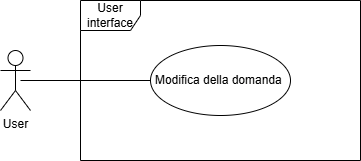
Above: images/analisi-dei-requisiti/UC_modifica_domanda.png in SweeTenTeam/Docs (draw.io), before the change. Source tidied: cells renumbered, new cells last; positions are measured from the earlier drawing's top-left corner, leaving out a move shared by most shapes. The source it was exported from:
```xml
<mxGraphModel>
  <root>
    <mxCell id="0" />
    <mxCell id="1" parent="0" />
    <mxCell id="2" value="User interface" style="shape=umlFrame;whiteSpace=wrap;html=1;" parent="1" vertex="1">
      <mxGeometry x="80" width="280" height="160" as="geometry" />
    </mxCell>
    <mxCell id="3" value="User" style="shape=umlActor;verticalLabelPosition=bottom;verticalAlign=top;html=1;" parent="1" vertex="1">
      <mxGeometry y="50" width="30" height="60" as="geometry" />
    </mxCell>
    <mxCell id="4" value="Modifica della domanda&amp;nbsp;" style="ellipse;whiteSpace=wrap;html=1;" parent="1" vertex="1">
      <mxGeometry x="150" y="45" width="140" height="70" as="geometry" />
    </mxCell>
    <mxCell id="5" style="line;strokeWidth=1;fillColor=none;align=left;verticalAlign=middle;spacingTop=-1;spacingLeft=3;spacingRight=3;labelPosition=right;strokeColor=inherit;" parent="1" vertex="1">
      <mxGeometry x="20" y="76" width="130" height="8" as="geometry" />
    </mxCell>
  </root>
</mxGraphModel>
```
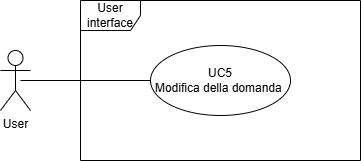
After the commit.

What changed in the source:
```diff
@@ -8,7 +8,7 @@
     <mxCell id="3" value="User" style="shape=umlActor;verticalLabelPosition=bottom;verticalAlign=top;html=1;" parent="1" vertex="1">
       <mxGeometry y="50" width="30" height="60" as="geometry" />
     </mxCell>
-    <mxCell id="4" value="Modifica della domanda&amp;nbsp;" style="ellipse;whiteSpace=wrap;html=1;" parent="1" vertex="1">
+    <mxCell id="4" value="UC5&lt;br&gt;Modifica della domanda&amp;nbsp;" style="ellipse;whiteSpace=wrap;html=1;" parent="1" vertex="1">
       <mxGeometry x="150" y="45" width="140" height="70" as="geometry" />
     </mxCell>
     <mxCell id="5" style="line;strokeWidth=1;fillColor=none;align=left;verticalAlign=middle;spacingTop=-1;spacingLeft=3;spacingRight=3;labelPosition=right;strokeColor=inherit;" parent="1" vertex="1">
```
